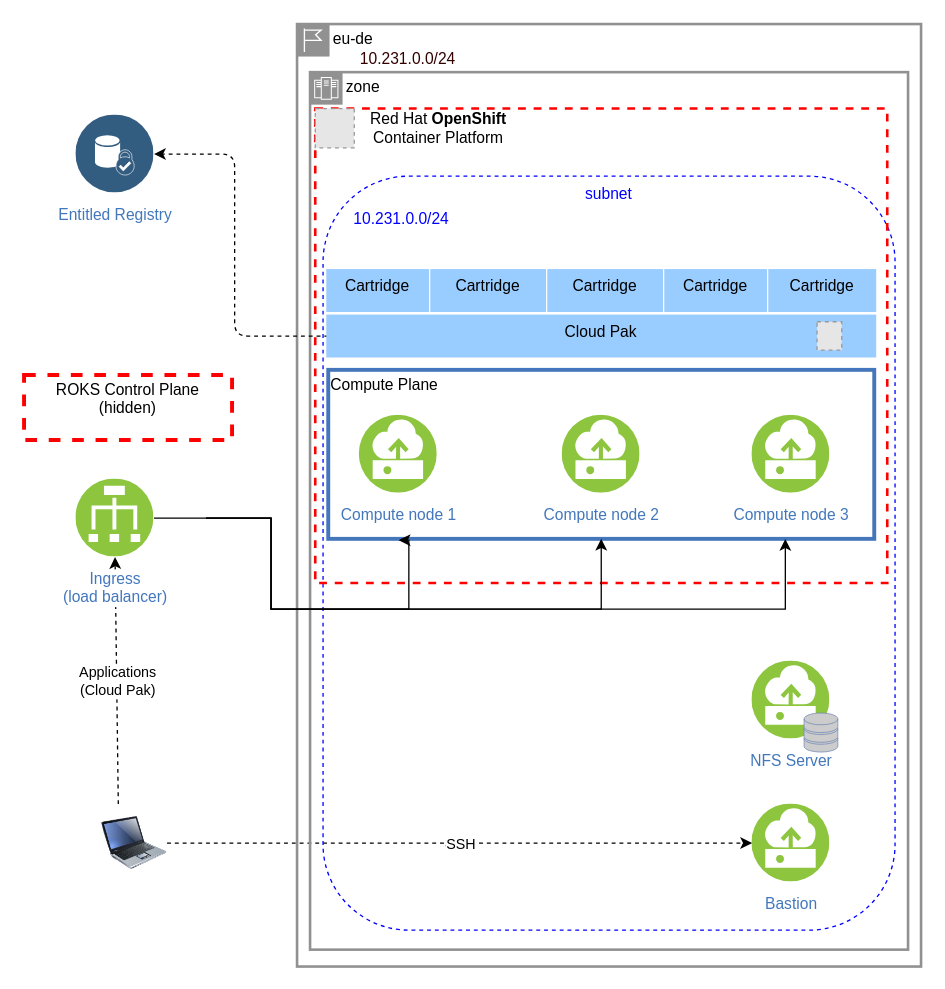
This is sample-configurations/sample-roks-vpc-nfs-cp4d-simple/sample-roks-vpc-nfs-cp4d-simple.drawio from IBM/cloud-pak-deployer, a draw.io file, before an edit. Source tidied: cells renumbered, new cells numbered last; positions are measured from the earlier drawing's top-left corner, leaving out a move shared by most shapes. Both pictures are drawn from the tidied source at 130%, with x=0, y=0 at pixel (23, 23). Pictures stored in the file or linked from it are replaced by grey dashed boxes.
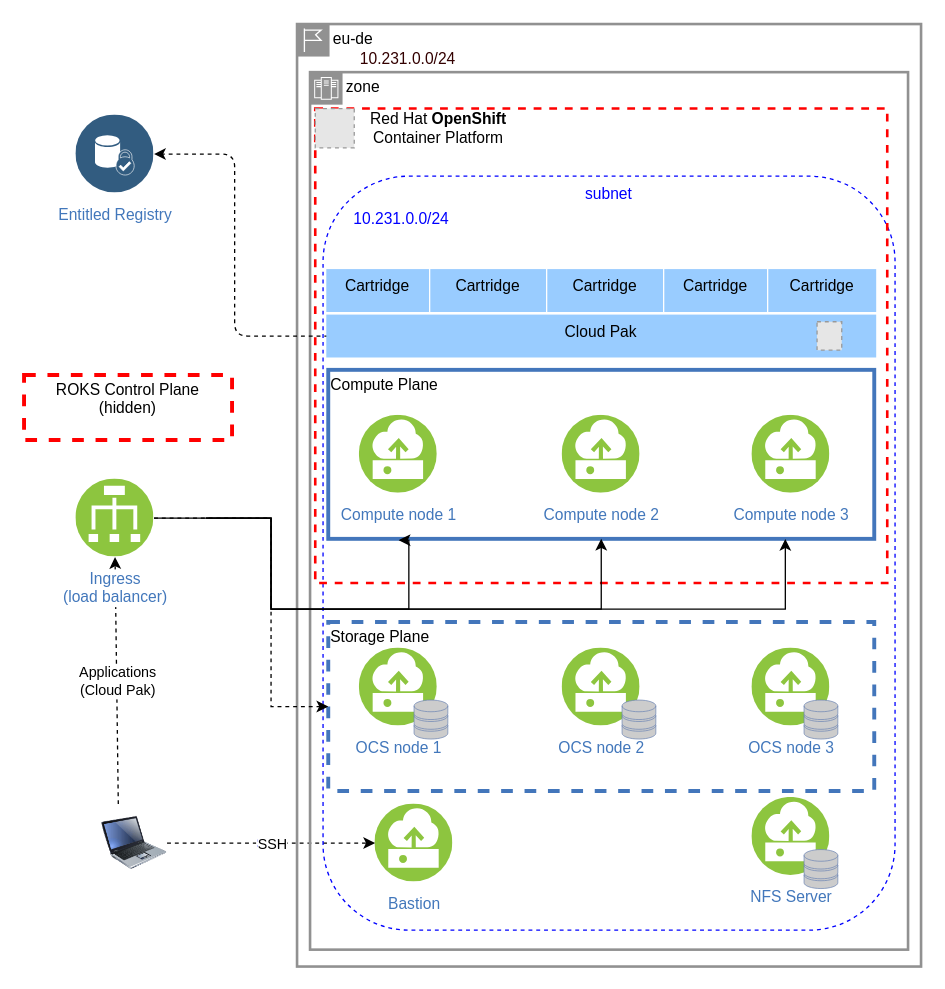
After the change.

What changed in the source:
```diff
@@
     <mxCell id="5" value="NFS Server" style="perimeter=ellipsePerimeter;html=1;align=center;shadow=0;dashed=0;fontColor=#4277BB;labelBackgroundColor=#ffffff;fontSize=12;spacingTop=3;image;image=img/lib/ibm/vpc/Instance.svg;strokeColor=#007FFF;strokeWidth=3;" parent="1" vertex="1">
-      <mxGeometry x="560" y="490" width="60" height="60" as="geometry" />
+      <mxGeometry x="560" y="595" width="60" height="60" as="geometry" />
     </mxCell>
     <mxCell id="6" value="Bastion" style="perimeter=ellipsePerimeter;html=1;align=center;shadow=0;dashed=0;fontColor=#4277BB;labelBackgroundColor=#ffffff;fontSize=12;spacingTop=3;image;image=img/lib/ibm/vpc/Instance.svg;strokeColor=#007FFF;strokeWidth=3;" parent="1" vertex="1">
-      <mxGeometry x="560" y="600" width="60" height="60" as="geometry" />
+      <mxGeometry x="270" y="600" width="60" height="60" as="geometry" />
     </mxCell>
     <mxCell id="7" style="fontColor=#0066CC;verticalAlign=top;verticalLabelPosition=bottom;labelPosition=center;align=center;html=1;fillColor=#CCCCCC;strokeColor=#6881B3;gradientColor=none;gradientDirection=north;strokeWidth=2;shape=mxgraph.networks.storage;" parent="1" vertex="1">
-      <mxGeometry x="600" y="530" width="26" height="30" as="geometry" />
+      <mxGeometry x="600" y="635" width="26" height="30" as="geometry" />
     </mxCell>
@@
+    <mxCell id="39" value="OCS node 1" style="perimeter=ellipsePerimeter;html=1;align=center;shadow=0;dashed=0;fontColor=#4277BB;labelBackgroundColor=#ffffff;fontSize=12;spacingTop=3;image;image=img/lib/ibm/vpc/Instance.svg;strokeColor=#007FFF;strokeWidth=3;" parent="1" vertex="1">
+      <mxGeometry x="258" y="480" width="60" height="60" as="geometry" />
+    </mxCell>
+    <mxCell id="40" value="OCS node 2" style="perimeter=ellipsePerimeter;html=1;align=center;shadow=0;dashed=0;fontColor=#4277BB;labelBackgroundColor=#ffffff;fontSize=12;spacingTop=3;image;image=img/lib/ibm/vpc/Instance.svg;strokeColor=#007FFF;strokeWidth=3;" parent="1" vertex="1">
+      <mxGeometry x="414" y="480" width="60" height="60" as="geometry" />
+    </mxCell>
+    <mxCell id="41" value="OCS node 3" style="perimeter=ellipsePerimeter;html=1;align=center;shadow=0;dashed=0;fontColor=#4277BB;labelBackgroundColor=#ffffff;fontSize=12;spacingTop=3;image;image=img/lib/ibm/vpc/Instance.svg;strokeColor=#007FFF;strokeWidth=3;" parent="1" vertex="1">
+      <mxGeometry x="560" y="480" width="60" height="60" as="geometry" />
+    </mxCell>
+    <mxCell id="42" style="fontColor=#0066CC;verticalAlign=top;verticalLabelPosition=bottom;labelPosition=center;align=center;html=1;fillColor=#CCCCCC;strokeColor=#6881B3;gradientColor=none;gradientDirection=north;strokeWidth=2;shape=mxgraph.networks.storage;" parent="1" vertex="1">
+      <mxGeometry x="600" y="520" width="26" height="30" as="geometry" />
+    </mxCell>
+    <mxCell id="43" style="fontColor=#0066CC;verticalAlign=top;verticalLabelPosition=bottom;labelPosition=center;align=center;html=1;fillColor=#CCCCCC;strokeColor=#6881B3;gradientColor=none;gradientDirection=north;strokeWidth=2;shape=mxgraph.networks.storage;" parent="1" vertex="1">
+      <mxGeometry x="460" y="520" width="26" height="30" as="geometry" />
+    </mxCell>
+    <mxCell id="44" style="fontColor=#0066CC;verticalAlign=top;verticalLabelPosition=bottom;labelPosition=center;align=center;html=1;fillColor=#CCCCCC;strokeColor=#6881B3;gradientColor=none;gradientDirection=north;strokeWidth=2;shape=mxgraph.networks.storage;" parent="1" vertex="1">
+      <mxGeometry x="300" y="520" width="26" height="30" as="geometry" />
+    </mxCell>
@@
+    <mxCell id="45" value="Storage Plane" style="fontStyle=0;verticalAlign=top;align=left;spacingTop=-2;fillColor=none;rounded=0;whiteSpace=wrap;html=1;strokeColor=#4376BB;strokeWidth=3;dashed=1;" parent="20" vertex="1">
+      <mxGeometry x="234" y="460" width="420" height="130" as="geometry" />
+    </mxCell>
+    <mxCell id="46" style="edgeStyle=orthogonalEdgeStyle;rounded=0;jettySize=auto;html=1;entryX=0;entryY=0.5;entryDx=0;entryDy=0;dashed=1;" parent="20" edge="1" target="45">
+      <mxGeometry relative="1" as="geometry">
+        <mxPoint x="100" y="380" as="sourcePoint" />
+        <Array as="points">
+          <mxPoint x="190" y="380" />
+          <mxPoint x="190" y="525" />
+        </Array>
+      </mxGeometry>
+    </mxCell>
```
